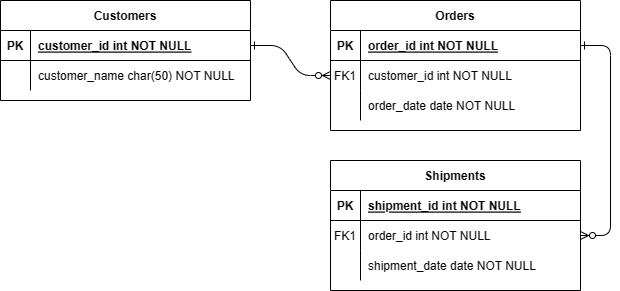
This is doc/DDBB.png from 333-333-333/public-static-void-main-string-args, a draw.io export, as it was before one commit. Source tidied: cells renumbered, new cells last; positions are measured from the earlier drawing's top-left corner, leaving out a move shared by most shapes.
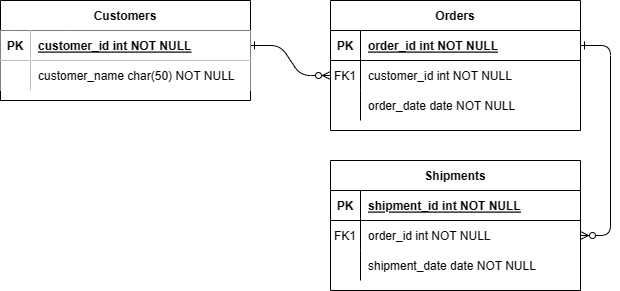
After the commit.

The edit, as a diff of the source:
```diff
@@ -68,25 +68,25 @@
     <mxCell id="23" value="shipment_date date NOT NULL" style="shape=partialRectangle;overflow=hidden;fillColor=none;top=0;left=0;bottom=0;right=0;align=left;spacingLeft=6;" parent="21" vertex="1">
       <mxGeometry x="30" width="220" height="30" as="geometry" />
     </mxCell>
-    <mxCell id="24" value="Customers" style="shape=table;startSize=30;rowLines=0;fontStyle=1;align=center;" parent="1" vertex="1">
+    <mxCell id="24" value="Customers" style="shape=table;startSize=30;rowLines=0;fontStyle=1;align=center;strokeColor=#000000;fillColor=#FFFFFF;fillStyle=solid;swimlaneLine=1;" parent="1" vertex="1">
       <mxGeometry width="250" height="100" as="geometry" />
     </mxCell>
-    <mxCell id="25" style="shape=partialRectangle;fillColor=none;points=[[0,0.5],[1,0.5]];portConstraint=eastwest;top=0;left=0;right=0;bottom=1;" parent="24" vertex="1">
+    <mxCell id="25" style="shape=partialRectangle;fillColor=none;points=[[0,0.5],[1,0.5]];portConstraint=eastwest;top=0;left=0;right=0;bottom=1;strokeColor=#000000;" parent="24" vertex="1">
       <mxGeometry y="30" width="250" height="30" as="geometry" />
     </mxCell>
-    <mxCell id="26" value="PK" style="shape=partialRectangle;overflow=hidden;fillColor=none;top=0;left=0;bottom=0;right=0;fontStyle=1;" parent="25" vertex="1">
+    <mxCell id="26" value="PK" style="shape=partialRectangle;overflow=hidden;fillColor=default;top=0;left=0;bottom=0;right=0;fontStyle=1;strokeColor=#FFFFFF;" parent="25" vertex="1">
       <mxGeometry width="30" height="30" as="geometry" />
     </mxCell>
-    <mxCell id="27" value="customer_id int NOT NULL " style="shape=partialRectangle;overflow=hidden;fillColor=none;top=0;left=0;bottom=0;right=0;align=left;spacingLeft=6;fontStyle=5;" parent="25" vertex="1">
+    <mxCell id="27" value="customer_id int NOT NULL " style="shape=partialRectangle;overflow=hidden;fillColor=default;top=0;left=0;bottom=0;right=0;align=left;spacingLeft=6;fontStyle=5;strokeColor=#000000;" parent="25" vertex="1">
       <mxGeometry x="30" width="220" height="30" as="geometry" />
     </mxCell>
-    <mxCell id="28" style="shape=partialRectangle;fillColor=none;top=0;left=0;right=0;bottom=0;" parent="24" vertex="1">
+    <mxCell id="28" style="shape=partialRectangle;fillColor=none;top=0;left=0;right=0;bottom=0;strokeColor=#000000;" parent="24" vertex="1">
       <mxGeometry y="60" width="250" height="30" as="geometry" />
     </mxCell>
-    <mxCell id="29" style="shape=partialRectangle;overflow=hidden;fillColor=none;top=0;left=0;bottom=0;right=0;" parent="28" vertex="1">
+    <mxCell id="29" style="shape=partialRectangle;overflow=hidden;fillColor=default;top=0;left=0;bottom=0;right=0;strokeColor=#FFFFFF;" parent="28" vertex="1">
       <mxGeometry width="30" height="30" as="geometry" />
     </mxCell>
-    <mxCell id="30" value="customer_name char(50) NOT NULL" style="shape=partialRectangle;overflow=hidden;fillColor=none;top=0;left=0;bottom=0;right=0;align=left;spacingLeft=6;" parent="28" vertex="1">
+    <mxCell id="30" value="customer_name char(50) NOT NULL" style="shape=partialRectangle;overflow=hidden;fillColor=default;top=0;left=0;bottom=0;right=0;align=left;spacingLeft=6;strokeColor=#000000;" parent="28" vertex="1">
       <mxGeometry x="30" width="220" height="30" as="geometry" />
     </mxCell>
   </root>
```
